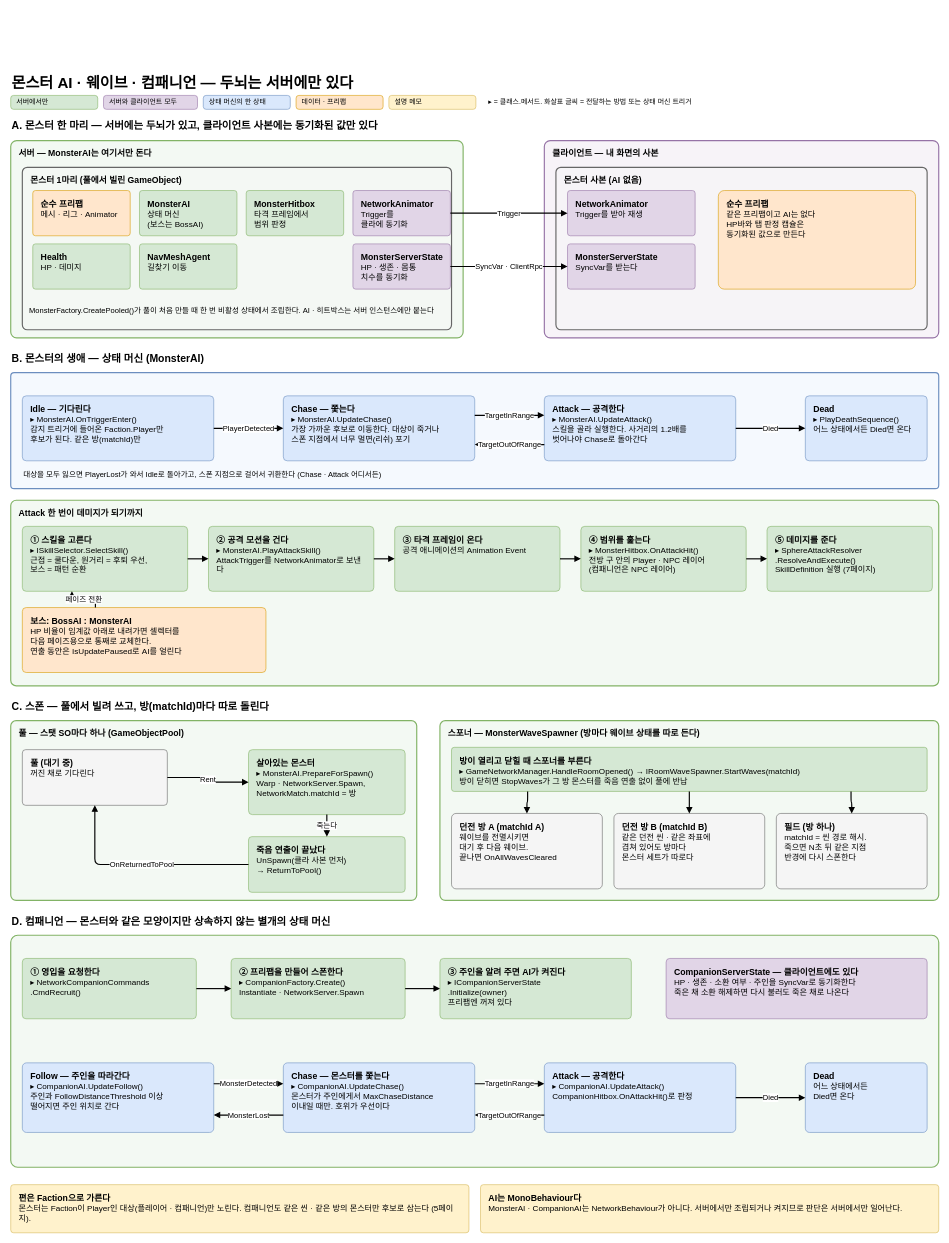
Before: page "8. 몬스터 AI · 웨이브 · 컴패니언" (8 of 13) of architecture.drawio in BAESOOHYUN/MySecondWorld-Architecture, a draw.io diagram. Source tidied: cells renumbered, new cells numbered last; positions are measured from the earlier drawing's top-left corner, leaving out a move shared by most shapes. Both pictures are drawn from the tidied source at 58%, with x=0, y=0 at pixel (10, 71).
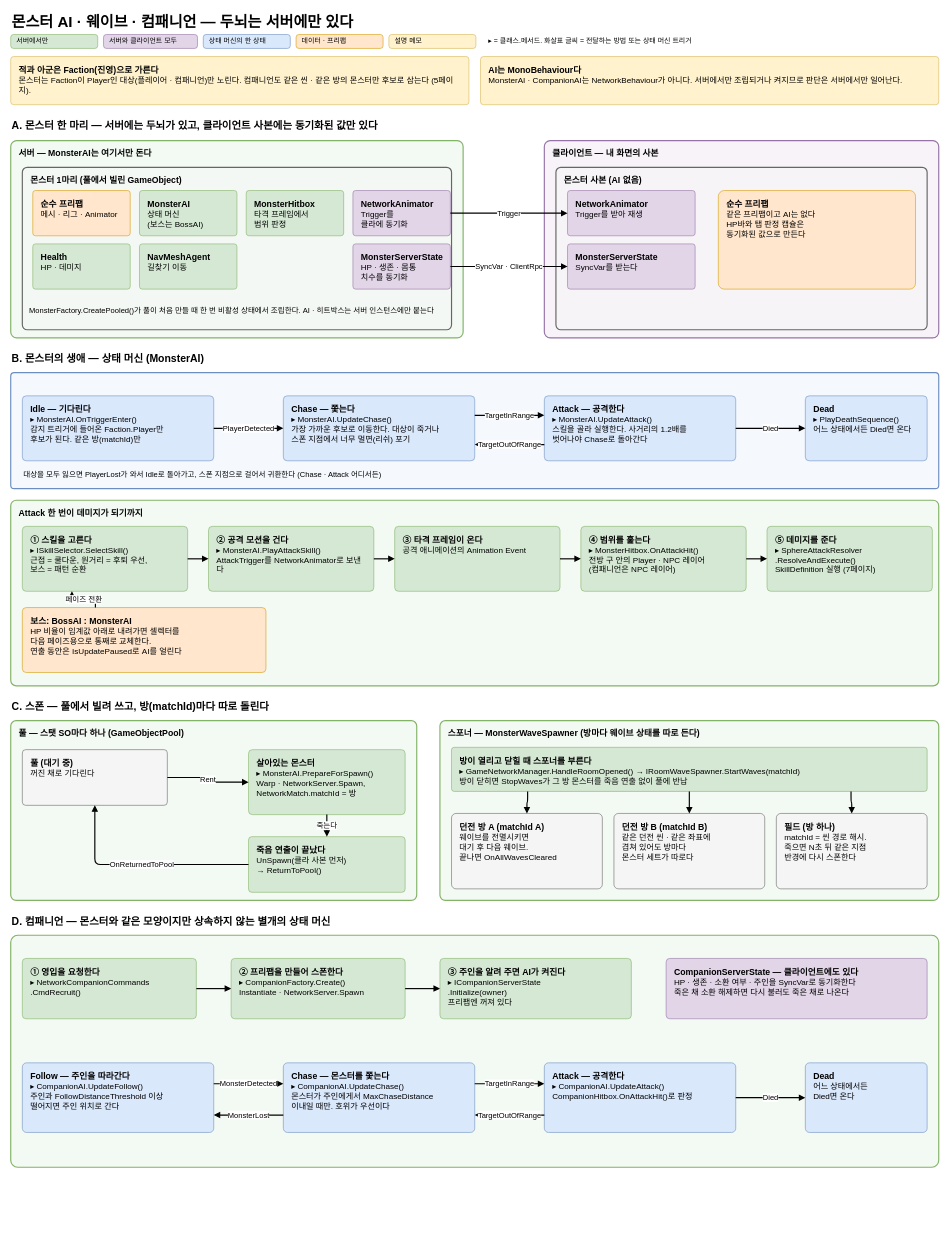
The same page after the edit.

Commit message (it also covers changes not shown here):
docs(architecture): 읽는 법·규칙·핵심 메모를 2·3·8·10번 도면 상단으로 이동, Faction 설명을 '진영' 표현으로 정리

What changed in the source:
```diff
@@
     <mxCell id="2" value="몬스터 AI · 웨이브 · 컴패니언 — 두뇌는 서버에만 있다" style="text;html=1;align=left;verticalAlign=middle;whiteSpace=wrap;fontSize=26;fontStyle=1;" parent="1" vertex="1">
-      <mxGeometry width="1500" height="40" as="geometry" />
+      <mxGeometry y="-105" width="1500" height="40" as="geometry" />
     </mxCell>
     <mxCell id="3" value="서버에서만" style="rounded=1;arcSize=20;whiteSpace=wrap;html=1;fillColor=#D5E8D4;strokeColor=#82B366;align=left;verticalAlign=middle;spacingLeft=8;spacingRight=6;fontSize=12;" parent="1" vertex="1">
-      <mxGeometry y="42" width="150" height="24" as="geometry" />
+      <mxGeometry y="-63" width="150" height="24" as="geometry" />
     </mxCell>
     <mxCell id="4" value="서버와 클라이언트 모두" style="rounded=1;arcSize=20;whiteSpace=wrap;html=1;fillColor=#E1D5E7;strokeColor=#9673A6;align=left;verticalAlign=middle;spacingLeft=8;spacingRight=6;fontSize=12;" parent="1" vertex="1">
-      <mxGeometry x="160" y="42" width="162" height="24" as="geometry" />
+      <mxGeometry x="160" y="-63" width="162" height="24" as="geometry" />
     </mxCell>
     <mxCell id="5" value="상태 머신의 한 상태" style="rounded=1;arcSize=20;whiteSpace=wrap;html=1;fillColor=#DAE8FC;strokeColor=#6C8EBF;align=left;verticalAlign=middle;spacingLeft=8;spacingRight=6;fontSize=12;" parent="1" vertex="1">
-      <mxGeometry x="332" y="42" width="150" height="24" as="geometry" />
+      <mxGeometry x="332" y="-63" width="150" height="24" as="geometry" />
     </mxCell>
     <mxCell id="6" value="데이터 · 프리팹" style="rounded=1;arcSize=20;whiteSpace=wrap;html=1;fillColor=#FFE6CC;strokeColor=#D79B00;align=left;verticalAlign=middle;spacingLeft=8;spacingRight=6;fontSize=12;" parent="1" vertex="1">
-      <mxGeometry x="492" y="42" width="150" height="24" as="geometry" />
+      <mxGeometry x="492" y="-63" width="150" height="24" as="geometry" />
     </mxCell>
     <mxCell id="7" value="설명 메모" style="rounded=1;arcSize=20;whiteSpace=wrap;html=1;fillColor=#FFF2CC;strokeColor=#D6B656;align=left;verticalAlign=middle;spacingLeft=8;spacingRight=6;fontSize=12;" parent="1" vertex="1">
-      <mxGeometry x="652" y="42" width="150" height="24" as="geometry" />
+      <mxGeometry x="652" y="-63" width="150" height="24" as="geometry" />
     </mxCell>
     <mxCell id="8" value="▸ = 클래스.메서드. 화살표 글씨 = 전달하는 방법 또는 상태 머신 트리거" style="text;html=1;align=left;verticalAlign=middle;whiteSpace=wrap;fontSize=12;" parent="1" vertex="1">
-      <mxGeometry x="822" y="40" width="778" height="28" as="geometry" />
+      <mxGeometry x="822" y="-65" width="778" height="28" as="geometry" />
     </mxCell>
@@
-    <mxCell id="83" value="&lt;b style=&quot;font-size:15px&quot;&gt;편은 Faction으로 가른다&lt;/b&gt;&lt;br&gt;&lt;span style=&quot;font-size:14px&quot;&gt;몬스터는 Faction이 Player인 대상(플레이어 · 컴패니언)만 노린다. 컴패니언도 같은 씬 · 같은 방의 몬스터만 후보로 삼는다 (5페이지).&lt;/span&gt;" style="rounded=1;arcSize=6;whiteSpace=wrap;html=1;fillColor=#FFF2CC;strokeColor=#D6B656;align=left;verticalAlign=top;spacingLeft=12;spacingRight=10;spacingTop=8;spacingBottom=6;fontSize=14;" parent="1" vertex="1">
-      <mxGeometry y="1920" width="790" height="83" as="geometry" />
+    <mxCell id="83" value="&lt;b style=&quot;font-size:15px&quot;&gt;적과 아군은 Faction(진영)으로 가른다&lt;/b&gt;&lt;br&gt;&lt;span style=&quot;font-size:14px&quot;&gt;몬스터는 Faction이 Player인 대상(플레이어 · 컴패니언)만 노린다. 컴패니언도 같은 씬 · 같은 방의 몬스터만 후보로 삼는다 (5페이지).&lt;/span&gt;" style="rounded=1;arcSize=6;whiteSpace=wrap;html=1;fillColor=#FFF2CC;strokeColor=#D6B656;align=left;verticalAlign=top;spacingLeft=12;spacingRight=10;spacingTop=8;spacingBottom=6;fontSize=14;" parent="1" vertex="1">
+      <mxGeometry y="-25" width="790" height="83" as="geometry" />
     </mxCell>
     <mxCell id="84" value="&lt;b style=&quot;font-size:15px&quot;&gt;AI는 MonoBehaviour다&lt;/b&gt;&lt;br&gt;&lt;span style=&quot;font-size:14px&quot;&gt;MonsterAI · CompanionAI는 NetworkBehaviour가 아니다. 서버에서만 조립되거나 켜지므로 판단은 서버에서만 일어난다.&lt;/span&gt;" style="rounded=1;arcSize=6;whiteSpace=wrap;html=1;fillColor=#FFF2CC;strokeColor=#D6B656;align=left;verticalAlign=top;spacingLeft=12;spacingRight=10;spacingTop=8;spacingBottom=6;fontSize=14;" parent="1" vertex="1">
-      <mxGeometry x="810" y="1920" width="790" height="83" as="geometry" />
+      <mxGeometry x="810" y="-25" width="790" height="83" as="geometry" />
     </mxCell>
```
